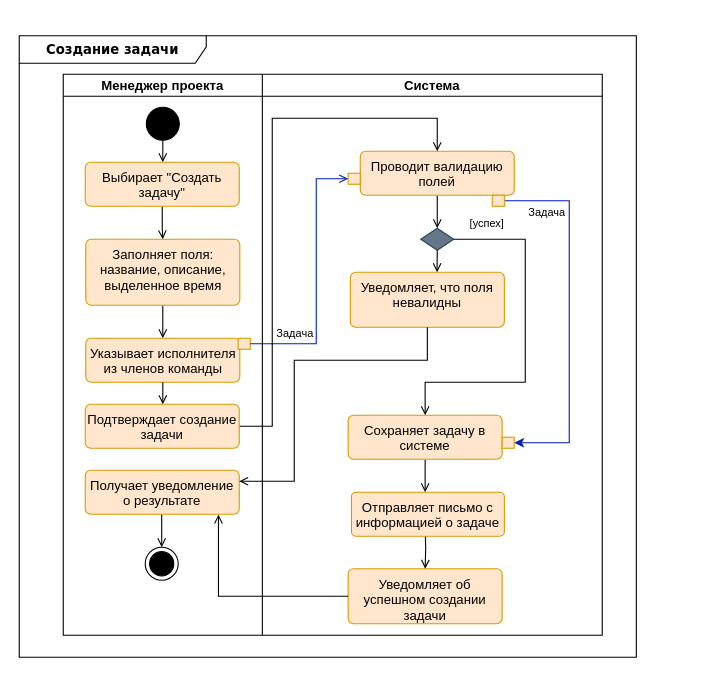
aVorotnikov/thunder_board keeps this draw.io diagram as docs/raw_diagrams/create_task.drawio. Above is the earlier version. Source tidied: cells renumbered, new cells numbered last; positions are measured from the earlier drawing's top-left corner, leaving out a move shared by most shapes. Both pictures are drawn from the tidied source at 110%, with x=0, y=0 at pixel (19, 35).
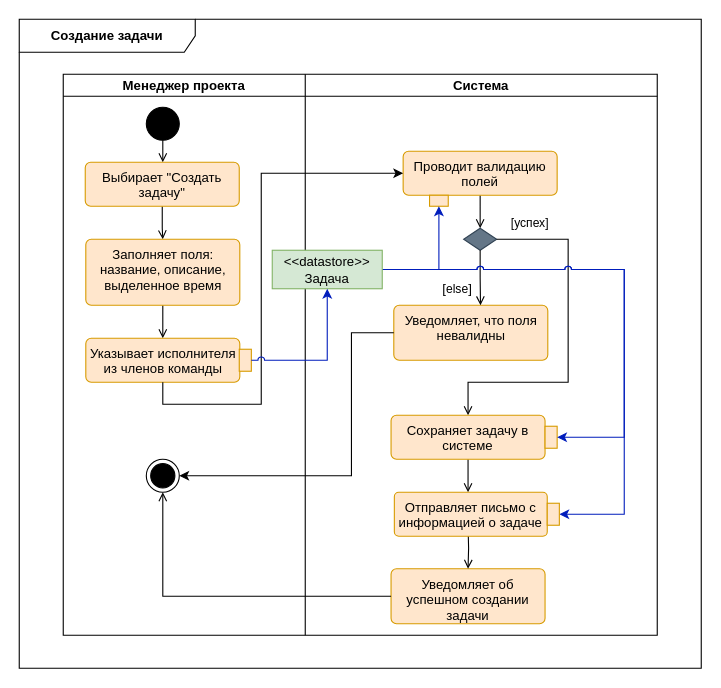
After the change.

The change refers to these unchanged cells:
```xml
<mxCell id="11" value="Указывает исполнителя из членов команды" style="html=1;align=center;verticalAlign=top;rounded=1;absoluteArcSize=1;arcSize=10;dashed=0;whiteSpace=wrap;fillColor=#ffe6cc;strokeColor=#d79b00;" parent="4" vertex="1">
  <mxGeometry x="20.5" y="240" width="140" height="40" as="geometry" />
</mxCell>
<mxCell id="18" value="Проводит валидацию полей" style="html=1;align=center;verticalAlign=top;rounded=1;absoluteArcSize=1;arcSize=10;dashed=0;whiteSpace=wrap;fillColor=#ffe6cc;strokeColor=#d79b00;" parent="15" vertex="1">
  <mxGeometry x="89" y="70" width="140" height="40" as="geometry" />
</mxCell>
<mxCell id="29" value="Уведомляет об успешном создании задачи" style="html=1;align=center;verticalAlign=top;rounded=1;absoluteArcSize=1;arcSize=10;dashed=0;whiteSpace=wrap;fillColor=#ffe6cc;strokeColor=#d79b00;" parent="15" vertex="1">
  <mxGeometry x="78" y="449.5" width="140" height="50" as="geometry" />
</mxCell>
```

Change to the diagram source:
```diff
@@
     <mxCell id="2" style="shape=table;childLayout=tableLayout;startSize=0;fillColor=none;" parent="1" vertex="1">
-      <mxGeometry x="40" y="35" width="490" height="510" as="geometry" />
+      <mxGeometry x="40" y="35" width="540" height="510" as="geometry" />
     </mxCell>
     <mxCell id="3" style="shape=tableRow;horizontal=0;swimlaneHead=0;swimlaneBody=0;top=0;left=0;strokeColor=inherit;bottom=0;right=0;fontStyle=0;fillColor=none;startSize=0;" parent="2" vertex="1">
-      <mxGeometry width="490" height="510" as="geometry" />
+      <mxGeometry width="540" height="510" as="geometry" />
     </mxCell>
     <mxCell id="4" value="Менеджер проекта" style="swimlane;swimlaneHead=0;swimlaneBody=0;fontStyle=1;strokeColor=inherit;fillColor=none;startSize=20;" parent="3" vertex="1">
-      <mxGeometry width="181" height="510" as="geometry" />
+      <mxGeometry width="220" height="510" as="geometry" />
     </mxCell>
@@
     <mxCell id="12" style="rounded=0;whiteSpace=wrap;html=1;fillColor=#ffe6cc;strokeColor=#d79b00;" parent="4" vertex="1">
-      <mxGeometry x="159" y="240" width="11" height="10" as="geometry" />
+      <mxGeometry x="160" y="250" width="11" height="20" as="geometry" />
     </mxCell>
-    <mxCell id="13" style="edgeStyle=orthogonalEdgeStyle;rounded=0;jettySize=auto;html=1;endArrow=open;endFill=0;exitX=0;exitY=0;exitDx=70;exitDy=30;exitPerimeter=0;" parent="4" edge="1" target="14">
-      <mxGeometry relative="1" as="geometry">
-        <mxPoint x="89.5" y="400" as="sourcePoint" />
-        <Array as="points">
-          <mxPoint x="90" y="452" />
-          <mxPoint x="90" y="452" />
-        </Array>
-      </mxGeometry>
-    </mxCell>
     <mxCell id="14" style="ellipse;html=1;shape=endState;fillColor=strokeColor;" parent="4" vertex="1">
-      <mxGeometry x="74.5" y="430" width="30" height="30" as="geometry" />
+      <mxGeometry x="75.5" y="350" width="30" height="30" as="geometry" />
     </mxCell>
     <mxCell id="15" value="Система" style="swimlane;swimlaneHead=0;swimlaneBody=0;fontStyle=1;strokeColor=inherit;fillColor=none;startSize=20;" parent="3" vertex="1">
-      <mxGeometry x="181" width="309" height="510" as="geometry" />
+      <mxGeometry x="220" width="320" height="510" as="geometry" />
     </mxCell>
-    <mxCell id="16" value="&lt;b&gt;Создание задачи&lt;/b&gt;" style="shape=umlFrame;whiteSpace=wrap;html=1;rounded=1;shadow=0;comic=0;labelBackgroundColor=none;strokeWidth=1;fontFamily=Verdana;fontSize=12;align=center;width=170;height=25;" parent="15" vertex="1">
-      <mxGeometry x="-221" y="-35" width="561" height="565" as="geometry" />
-    </mxCell>
@@
-    <mxCell id="20" value="&lt;font style=&quot;font-size: 10px;&quot;&gt;[успех]&lt;/font&gt;" style="text;html=1;align=center;verticalAlign=middle;strokeColor=none;fillColor=none;" parent="15" vertex="1">
-      <mxGeometry x="179" y="120" width="50" height="30" as="geometry" />
+    <mxCell id="20" value="&lt;font style=&quot;font-size: 11px;&quot;&gt;[успех]&lt;/font&gt;" style="text;html=1;align=center;verticalAlign=middle;strokeColor=none;fillColor=none;" parent="15" vertex="1">
+      <mxGeometry x="174" y="120" width="60" height="30" as="geometry" />
     </mxCell>
     <mxCell id="21" style="rounded=0;whiteSpace=wrap;html=1;fillColor=#ffe6cc;strokeColor=#d79b00;" parent="15" vertex="1">
-      <mxGeometry x="78" y="90" width="11" height="10" as="geometry" />
+      <mxGeometry x="113" y="110" width="17" height="10" as="geometry" />
     </mxCell>
@@
     <mxCell id="25" style="rounded=0;whiteSpace=wrap;html=1;fillColor=#ffe6cc;strokeColor=#d79b00;" parent="15" vertex="1">
-      <mxGeometry x="218" y="330" width="11" height="10" as="geometry" />
+      <mxGeometry x="218" y="320" width="11" height="20" as="geometry" />
     </mxCell>
-    <mxCell id="26" value="Задача" style="text;html=1;strokeColor=none;fillColor=none;align=center;verticalAlign=middle;whiteSpace=wrap;rounded=0;fontSize=10;" parent="15" vertex="1">
-      <mxGeometry x="229" y="110" width="60" height="30" as="geometry" />
-    </mxCell>
     <mxCell id="27" value="Уведомляет, что поля невалидны" style="html=1;align=center;verticalAlign=top;rounded=1;absoluteArcSize=1;arcSize=10;dashed=0;whiteSpace=wrap;fillColor=#ffe6cc;strokeColor=#d79b00;" parent="15" vertex="1">
-      <mxGeometry x="80" y="180" width="140" height="50" as="geometry" />
+      <mxGeometry x="80.5" y="210" width="140" height="50" as="geometry" />
     </mxCell>
@@
-    <mxCell id="31" value="Задача" style="text;html=1;strokeColor=none;fillColor=none;align=center;verticalAlign=middle;whiteSpace=wrap;rounded=0;fontSize=10;" parent="15" vertex="1">
-      <mxGeometry y="220" width="60" height="30" as="geometry" />
-    </mxCell>
@@
-    <mxCell id="33" style="edgeStyle=orthogonalEdgeStyle;rounded=0;jettySize=auto;html=1;entryX=0;entryY=0.5;entryDx=0;entryDy=0;fillColor=#0050ef;strokeColor=#001DBC;endArrow=open;endFill=0;exitX=1;exitY=0.5;exitDx=0;exitDy=0;" parent="3" edge="1" source="12" target="21">
-      <mxGeometry relative="1" as="geometry">
-        <Array as="points">
-          <mxPoint x="230" y="245" />
-          <mxPoint x="230" y="95" />
-        </Array>
-      </mxGeometry>
-    </mxCell>
-    <mxCell id="34" style="edgeStyle=orthogonalEdgeStyle;rounded=0;jettySize=auto;html=1;endArrow=open;endFill=0;entryX=0.5;entryY=0;entryDx=0;entryDy=0;" parent="1" edge="1" source="35" target="18">
-      <mxGeometry relative="1" as="geometry">
-        <Array as="points">
-          <mxPoint x="230" y="355" />
-          <mxPoint x="230" y="75" />
-          <mxPoint x="380" y="75" />
-        </Array>
-      </mxGeometry>
-    </mxCell>
-    <mxCell id="35" value="Подтверждает создание задачи" style="html=1;align=center;verticalAlign=top;rounded=1;absoluteArcSize=1;arcSize=10;dashed=0;whiteSpace=wrap;fillColor=#ffe6cc;strokeColor=#d79b00;" parent="1" vertex="1">
-      <mxGeometry x="60" y="335" width="140" height="40" as="geometry" />
-    </mxCell>
-    <mxCell id="36" style="edgeStyle=orthogonalEdgeStyle;rounded=0;jettySize=auto;html=1;endArrow=open;endFill=0;" parent="1" edge="1" source="11" target="35">
-      <mxGeometry relative="1" as="geometry" />
-    </mxCell>
-    <mxCell id="37" value="Получает уведомление о результате" style="html=1;align=center;verticalAlign=top;rounded=1;absoluteArcSize=1;arcSize=10;dashed=0;whiteSpace=wrap;fillColor=#ffe6cc;strokeColor=#d79b00;" parent="1" vertex="1">
-      <mxGeometry x="60" y="395" width="140" height="40" as="geometry" />
-    </mxCell>
-    <mxCell id="38" style="edgeStyle=orthogonalEdgeStyle;rounded=0;jettySize=auto;html=1;exitX=0.5;exitY=1;exitDx=0;exitDy=0;entryX=1;entryY=0.25;entryDx=0;entryDy=0;endArrow=open;endFill=0;" parent="1" edge="1" source="27" target="37">
-      <mxGeometry relative="1" as="geometry">
-        <Array as="points">
-          <mxPoint x="371" y="295" />
-          <mxPoint x="250" y="295" />
-          <mxPoint x="250" y="405" />
-        </Array>
-      </mxGeometry>
-    </mxCell>
+    <mxCell id="42" style="edgeStyle=orthogonalEdgeStyle;rounded=0;jettySize=auto;html=1;entryX=0.5;entryY=1;entryDx=0;entryDy=0;fillColor=#0050ef;strokeColor=#001DBC;" parent="15" edge="1" source="45" target="21">
+      <mxGeometry relative="1" as="geometry" />
+    </mxCell>
+    <mxCell id="43" style="edgeStyle=orthogonalEdgeStyle;rounded=0;jettySize=auto;html=1;entryX=1;entryY=0.5;entryDx=0;entryDy=0;fillColor=#0050ef;strokeColor=#001DBC;jumpStyle=arc;" parent="15" edge="1" source="45" target="46">
+      <mxGeometry relative="1" as="geometry">
+        <Array as="points">
+          <mxPoint x="290" y="177" />
+          <mxPoint x="290" y="400" />
+        </Array>
+      </mxGeometry>
+    </mxCell>
+    <mxCell id="44" style="edgeStyle=orthogonalEdgeStyle;rounded=0;jettySize=auto;html=1;entryX=1;entryY=0.5;entryDx=0;entryDy=0;fillColor=#0050ef;strokeColor=#001DBC;jumpStyle=arc;" parent="15" edge="1" source="45" target="25">
+      <mxGeometry relative="1" as="geometry">
+        <Array as="points">
+          <mxPoint x="290" y="177" />
+          <mxPoint x="290" y="330" />
+        </Array>
+      </mxGeometry>
+    </mxCell>
+    <mxCell id="45" value="&lt;div&gt;&amp;lt;&amp;lt;datastore&amp;gt;&amp;gt;&lt;/div&gt;&lt;div&gt;Задача&lt;br&gt;&lt;/div&gt;" style="rounded=0;whiteSpace=wrap;html=1;fillColor=#d5e8d4;strokeColor=#82b366;" parent="15" vertex="1">
+      <mxGeometry x="-30" y="160" width="100" height="35" as="geometry" />
+    </mxCell>
+    <mxCell id="46" style="rounded=0;whiteSpace=wrap;html=1;fillColor=#ffe6cc;strokeColor=#d79b00;" parent="15" vertex="1">
+      <mxGeometry x="220" y="390" width="11" height="20" as="geometry" />
+    </mxCell>
+    <mxCell id="47" value="[&lt;font style=&quot;font-size: 11px;&quot;&gt;else&lt;/font&gt;]" style="text;html=1;align=center;verticalAlign=middle;strokeColor=none;fillColor=none;" parent="15" vertex="1">
+      <mxGeometry x="113" y="180" width="50" height="30" as="geometry" />
+    </mxCell>
-    <mxCell id="39" style="edgeStyle=orthogonalEdgeStyle;rounded=0;jettySize=auto;html=1;endArrow=open;endFill=0;entryX=0.865;entryY=1.009;entryDx=0;entryDy=0;entryPerimeter=0;" parent="1" edge="1" source="29" target="37">
-      <mxGeometry relative="1" as="geometry" />
+    <mxCell id="39" style="edgeStyle=orthogonalEdgeStyle;rounded=0;jettySize=auto;html=1;endArrow=open;endFill=0;entryX=0.5;entryY=1;entryDx=0;entryDy=0;" parent="3" edge="1" source="29" target="14">
+      <mxGeometry relative="1" as="geometry">
+        <Array as="points">
+          <mxPoint x="90" y="475" />
+        </Array>
+      </mxGeometry>
     </mxCell>
-    <mxCell id="40" style="edgeStyle=orthogonalEdgeStyle;rounded=0;jettySize=auto;html=1;exitX=1;exitY=0.5;exitDx=0;exitDy=0;entryX=1;entryY=0.5;entryDx=0;entryDy=0;fillColor=#0050ef;strokeColor=#001DBC;endArrow=classic;endFill=1;" parent="1" edge="1" source="41" target="25">
-      <mxGeometry relative="1" as="geometry">
-        <Array as="points">
-          <mxPoint x="500" y="150" />
-          <mxPoint x="500" y="370" />
-        </Array>
-      </mxGeometry>
-    </mxCell>
-    <mxCell id="41" style="rounded=0;whiteSpace=wrap;html=1;fillColor=#ffe6cc;strokeColor=#d79b00;" parent="1" vertex="1">
-      <mxGeometry x="430" y="145" width="11" height="10" as="geometry" />
-    </mxCell>
+    <mxCell id="48" style="edgeStyle=orthogonalEdgeStyle;rounded=0;jettySize=auto;html=1;entryX=1;entryY=0.5;entryDx=0;entryDy=0;exitX=0;exitY=0.5;exitDx=0;exitDy=0;" parent="3" edge="1" source="27" target="14">
+      <mxGeometry relative="1" as="geometry">
+        <Array as="points">
+          <mxPoint x="262" y="235" />
+          <mxPoint x="262" y="365" />
+        </Array>
+      </mxGeometry>
+    </mxCell>
+    <mxCell id="49" style="edgeStyle=orthogonalEdgeStyle;rounded=0;jettySize=auto;html=1;entryX=0;entryY=0.5;entryDx=0;entryDy=0;jumpStyle=none;" parent="3" edge="1" source="11" target="18">
+      <mxGeometry relative="1" as="geometry">
+        <Array as="points">
+          <mxPoint x="90" y="300" />
+          <mxPoint x="180" y="300" />
+          <mxPoint x="180" y="90" />
+        </Array>
+      </mxGeometry>
+    </mxCell>
+    <mxCell id="50" style="edgeStyle=orthogonalEdgeStyle;rounded=0;jettySize=auto;html=1;entryX=0.5;entryY=1;entryDx=0;entryDy=0;fillColor=#0050ef;strokeColor=#001DBC;jumpStyle=arc;" parent="3" edge="1" source="12" target="45">
+      <mxGeometry relative="1" as="geometry" />
+    </mxCell>
+    <mxCell id="16" value="&lt;b&gt;Создание задачи&lt;br&gt;&lt;/b&gt;" style="shape=umlFrame;whiteSpace=wrap;html=1;width=160;" parent="1" vertex="1">
+      <mxGeometry y="-15" width="620" height="590" as="geometry" />
+    </mxCell>
```
